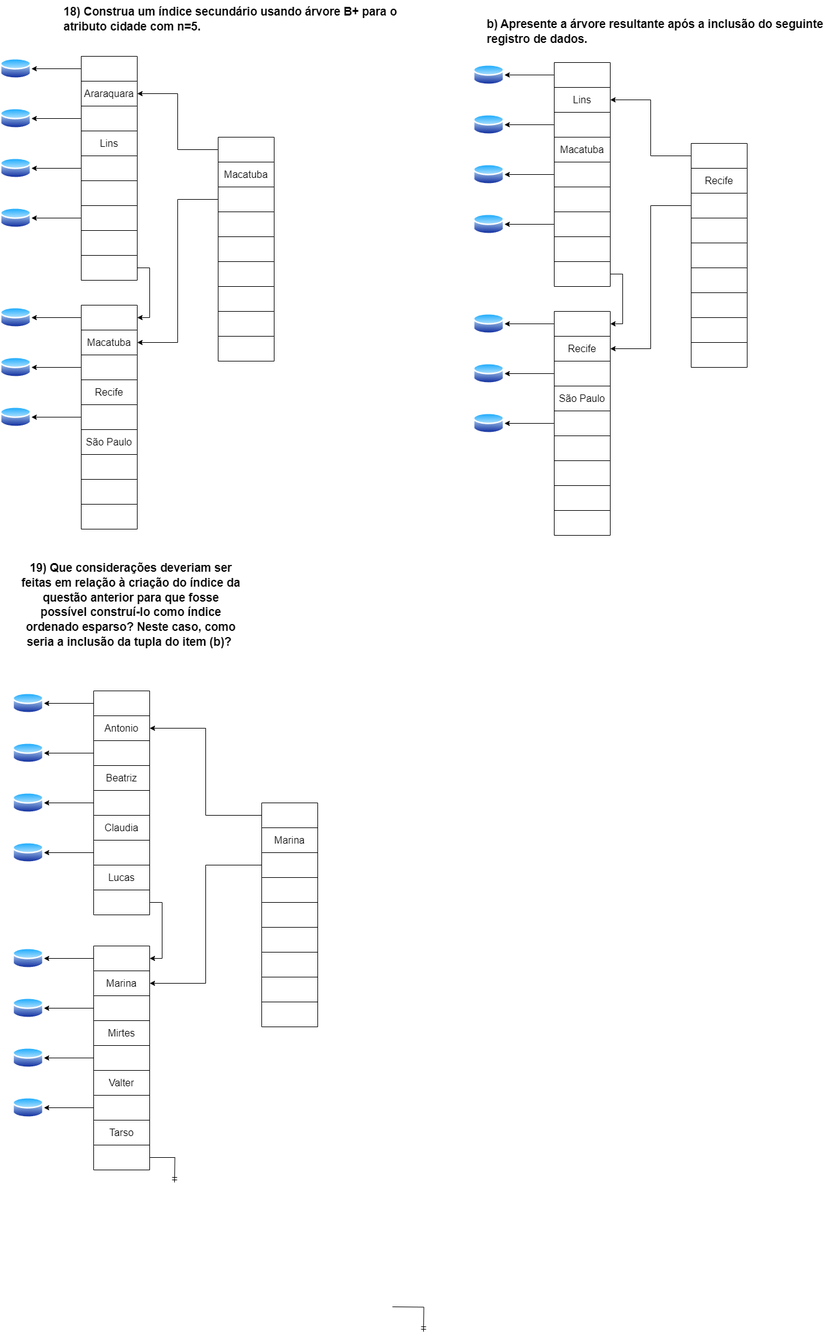
VitorFonseca123/exerc_indice_BD keeps this draw.io diagram as arvore b cidade n=5.drawio.png. Above is the earlier version. Source tidied: cells renumbered, new cells last; positions are measured from the earlier drawing's top-left corner, leaving out a move shared by most shapes.
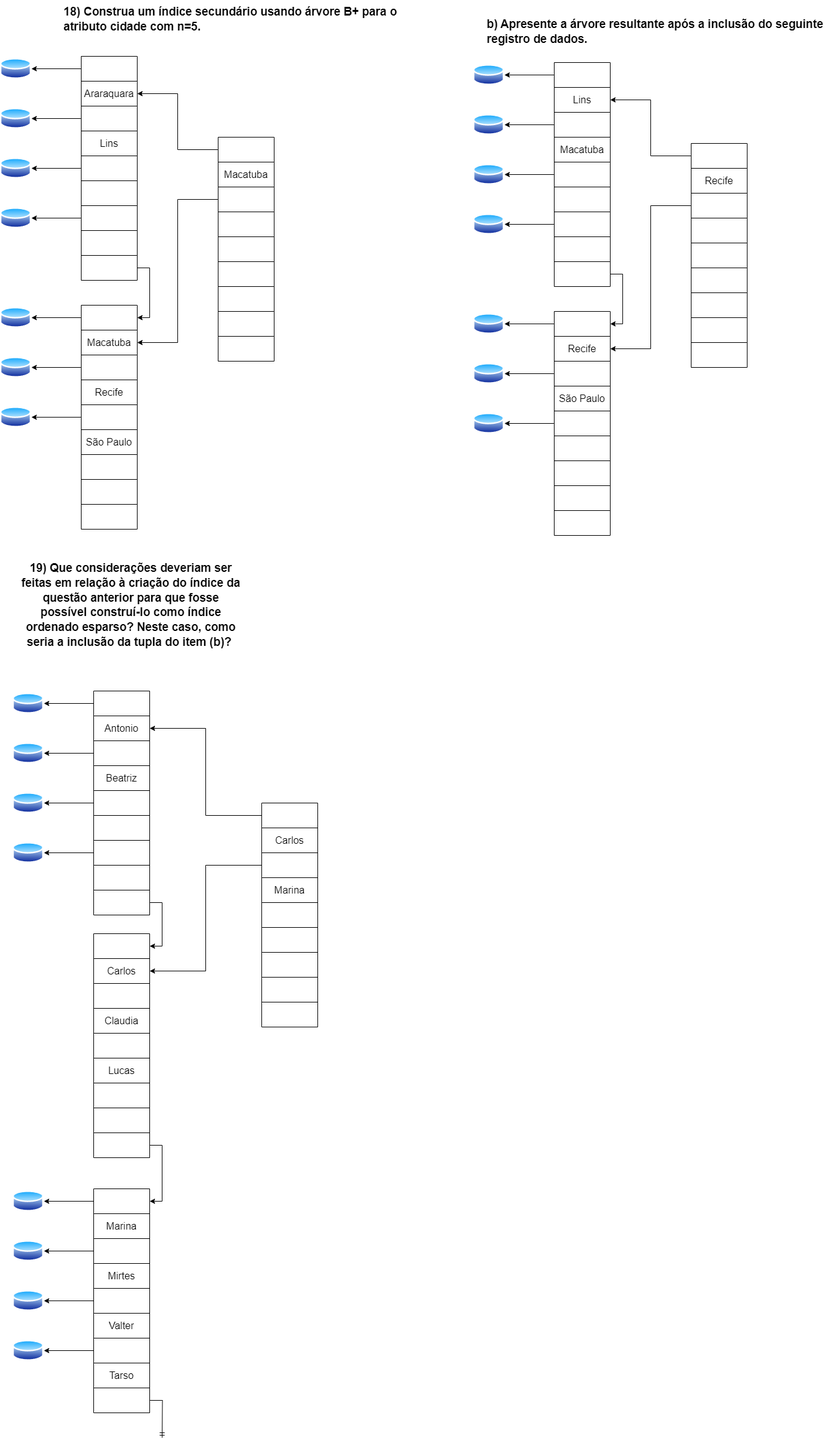
The same diagram one commit later.

Diff of the diagram source:
```diff
@@ -452,12 +452,6 @@
     <mxCell id="151" style="edgeStyle=orthogonalEdgeStyle;rounded=0;jettySize=auto;html=1;exitX=0;exitY=0.5;exitDx=0;exitDy=0;entryX=1;entryY=0.5;entryDx=0;entryDy=0;" parent="1" edge="1" source="106" target="150">
       <mxGeometry relative="1" as="geometry" />
     </mxCell>
-    <mxCell id="152" style="edgeStyle=orthogonalEdgeStyle;rounded=0;orthogonalLoop=1;jettySize=auto;html=1;exitX=1;exitY=0.5;exitDx=0;exitDy=0;endArrow=ERmandOne;endFill=0;" parent="1" edge="1">
-      <mxGeometry relative="1" as="geometry">
-        <mxPoint x="630" y="2100" as="sourcePoint" />
-        <mxPoint x="680" y="2140" as="targetPoint" />
-      </mxGeometry>
-    </mxCell>
     <mxCell id="153" value="&#10;&lt;span style=&quot;-webkit-user-drag: none; -webkit-tap-highlight-color: transparent; margin: 0px; padding: 0px; user-select: text; font-variant-ligatures: none !important; color: rgb(0, 0, 0); font-style: normal; font-variant-caps: normal; letter-spacing: normal; orphans: 2; text-align: justify; text-indent: 0px; text-transform: none; widows: 2; word-spacing: 0px; -webkit-text-stroke-width: 0px; white-space: pre-wrap; background-color: rgb(255, 255, 255); text-decoration-thickness: initial; text-decoration-style: initial; text-decoration-color: initial; font-size: 14pt; line-height: 23.7417px; font-family: Arial, Arial_EmbeddedFont, Arial_MSFontService, sans-serif; font-weight: bold;&quot; class=&quot;TextRun SCXW141978441 BCX0&quot; lang=&quot;PT-BR&quot;&gt;&lt;span style=&quot;-webkit-user-drag: none; -webkit-tap-highlight-color: transparent; margin: 0px; padding: 0px; user-select: text;&quot; class=&quot;NormalTextRun SCXW141978441 BCX0&quot;&gt;19) Que considerações deveriam ser feitas em relação à criação do índice da questão anterior para que fosse possível construí-lo como índice ordenado esparso? Neste caso, como seria a inclusão da tupla do item (b)?&lt;/span&gt;&lt;/span&gt;&lt;span style=&quot;-webkit-user-drag: none; -webkit-tap-highlight-color: transparent; margin: 0px; padding: 0px; user-select: text; color: rgb(0, 0, 0); font-style: normal; font-variant-ligatures: normal; font-variant-caps: normal; font-weight: 400; letter-spacing: normal; orphans: 2; text-align: justify; text-indent: 0px; text-transform: none; widows: 2; word-spacing: 0px; -webkit-text-stroke-width: 0px; white-space: pre-wrap; background-color: rgb(255, 255, 255); text-decoration-thickness: initial; text-decoration-style: initial; text-decoration-color: initial; font-size: 14pt; line-height: 23.7417px; font-family: Arial, Arial_EmbeddedFont, Arial_MSFontService, sans-serif;&quot; data-ccp-props=&quot;{&amp;quot;134233117&amp;quot;:false,&amp;quot;134233118&amp;quot;:false,&amp;quot;201341983&amp;quot;:0,&amp;quot;335551550&amp;quot;:6,&amp;quot;335551620&amp;quot;:6,&amp;quot;335559685&amp;quot;:0,&amp;quot;335559737&amp;quot;:0,&amp;quot;335559738&amp;quot;:0,&amp;quot;335559739&amp;quot;:160,&amp;quot;335559740&amp;quot;:259}&quot; class=&quot;EOP SCXW141978441 BCX0&quot;&gt;&amp;nbsp;&lt;/span&gt;&#10;&#10;" style="text;html=1;align=center;verticalAlign=middle;whiteSpace=wrap;rounded=0;" parent="1" vertex="1">
       <mxGeometry x="30" y="964" width="360" height="30" as="geometry" />
     </mxCell>
@@ -497,7 +491,7 @@
     <mxCell id="165" style="shape=tableRow;horizontal=0;startSize=0;swimlaneHead=0;swimlaneBody=0;strokeColor=inherit;top=0;left=0;bottom=0;right=0;fillColor=none;fontSize=16;" parent="154" vertex="1">
       <mxGeometry y="200" width="90" height="40" as="geometry" />
     </mxCell>
-    <mxCell id="166" value="Claudia" style="shape=partialRectangle;html=1;whiteSpace=wrap;strokeColor=inherit;overflow=hidden;fillColor=none;top=0;left=0;bottom=0;right=0;fontSize=16;" parent="165" vertex="1">
+    <mxCell id="166" style="shape=partialRectangle;html=1;whiteSpace=wrap;strokeColor=inherit;overflow=hidden;fillColor=none;top=0;left=0;bottom=0;right=0;fontSize=16;" parent="165" vertex="1">
       <mxGeometry width="90" height="40" as="geometry" />
     </mxCell>
     <mxCell id="167" style="shape=tableRow;horizontal=0;startSize=0;swimlaneHead=0;swimlaneBody=0;strokeColor=inherit;top=0;left=0;bottom=0;right=0;fillColor=none;points=[[0,0.5],[1,0.5]];portConstraint=eastwest;fontSize=16;" parent="154" vertex="1">
@@ -509,7 +503,7 @@
     <mxCell id="169" style="shape=tableRow;horizontal=0;startSize=0;swimlaneHead=0;swimlaneBody=0;strokeColor=inherit;top=0;left=0;bottom=0;right=0;fillColor=none;fontSize=16;" parent="154" vertex="1">
       <mxGeometry y="280" width="90" height="40" as="geometry" />
     </mxCell>
-    <mxCell id="170" value="Lucas" style="shape=partialRectangle;html=1;whiteSpace=wrap;strokeColor=inherit;overflow=hidden;fillColor=none;top=0;left=0;bottom=0;right=0;fontSize=16;" parent="169" vertex="1">
+    <mxCell id="170" style="shape=partialRectangle;html=1;whiteSpace=wrap;strokeColor=inherit;overflow=hidden;fillColor=none;top=0;left=0;bottom=0;right=0;fontSize=16;" parent="169" vertex="1">
       <mxGeometry width="90" height="40" as="geometry" />
     </mxCell>
     <mxCell id="171" style="shape=tableRow;horizontal=0;startSize=0;swimlaneHead=0;swimlaneBody=0;strokeColor=inherit;top=0;left=0;bottom=0;right=0;fillColor=none;points=[[0,0.5],[1,0.5]];portConstraint=eastwest;fontSize=16;" parent="154" vertex="1">
@@ -543,7 +537,7 @@
       <mxGeometry relative="1" as="geometry" />
     </mxCell>
     <mxCell id="181" style="shape=table;startSize=0;fontSize=16;" parent="1" vertex="1">
-      <mxGeometry x="150" y="1520" width="90" height="360" as="geometry" />
+      <mxGeometry x="150" y="1910" width="90" height="360" as="geometry" />
     </mxCell>
     <mxCell id="182" style="shape=tableRow;horizontal=0;startSize=0;swimlaneHead=0;swimlaneBody=0;strokeColor=inherit;top=0;left=0;bottom=0;right=0;fillColor=none;points=[[0,0.5],[1,0.5]];portConstraint=eastwest;fontSize=16;" parent="181" vertex="1">
       <mxGeometry width="90" height="40" as="geometry" />
@@ -600,35 +594,32 @@
       <mxGeometry width="90" height="40" as="geometry" />
     </mxCell>
     <mxCell id="200" style="image;perimeter=ellipsePerimeter;html=1;align=center;shadow=0;dashed=0;spacingTop=3;image=img/lib/active_directory/database.svg;" parent="1" vertex="1">
-      <mxGeometry x="20" y="1521.5" width="50" height="37" as="geometry" />
+      <mxGeometry x="20" y="1911.5" width="50" height="37" as="geometry" />
     </mxCell>
     <mxCell id="201" style="edgeStyle=orthogonalEdgeStyle;rounded=0;jettySize=auto;html=1;exitX=0;exitY=0.5;exitDx=0;exitDy=0;entryX=1;entryY=0.5;entryDx=0;entryDy=0;" parent="1" edge="1" source="182" target="200">
       <mxGeometry relative="1" as="geometry" />
     </mxCell>
     <mxCell id="202" style="image;perimeter=ellipsePerimeter;html=1;align=center;shadow=0;dashed=0;spacingTop=3;image=img/lib/active_directory/database.svg;" parent="1" vertex="1">
-      <mxGeometry x="20" y="1601.5" width="50" height="37" as="geometry" />
+      <mxGeometry x="20" y="1991.5" width="50" height="37" as="geometry" />
     </mxCell>
     <mxCell id="203" style="edgeStyle=orthogonalEdgeStyle;rounded=0;jettySize=auto;html=1;exitX=0;exitY=0.5;exitDx=0;exitDy=0;entryX=1;entryY=0.5;entryDx=0;entryDy=0;" parent="1" edge="1" source="186" target="202">
       <mxGeometry relative="1" as="geometry" />
     </mxCell>
     <mxCell id="204" style="image;perimeter=ellipsePerimeter;html=1;align=center;shadow=0;dashed=0;spacingTop=3;image=img/lib/active_directory/database.svg;" parent="1" vertex="1">
-      <mxGeometry x="20" y="1681.5" width="50" height="37" as="geometry" />
+      <mxGeometry x="20" y="2071.5" width="50" height="37" as="geometry" />
     </mxCell>
     <mxCell id="205" style="edgeStyle=orthogonalEdgeStyle;rounded=0;jettySize=auto;html=1;exitX=0;exitY=0.5;exitDx=0;exitDy=0;entryX=1;entryY=0.5;entryDx=0;entryDy=0;" parent="1" edge="1" source="190" target="204">
       <mxGeometry relative="1" as="geometry" />
     </mxCell>
     <mxCell id="206" style="image;perimeter=ellipsePerimeter;html=1;align=center;shadow=0;dashed=0;spacingTop=3;image=img/lib/active_directory/database.svg;" parent="1" vertex="1">
-      <mxGeometry x="20" y="1761.5" width="50" height="37" as="geometry" />
+      <mxGeometry x="20" y="2151.5" width="50" height="37" as="geometry" />
     </mxCell>
     <mxCell id="207" style="edgeStyle=orthogonalEdgeStyle;rounded=0;jettySize=auto;html=1;exitX=0;exitY=0.5;exitDx=0;exitDy=0;entryX=1;entryY=0.5;entryDx=0;entryDy=0;" parent="1" edge="1" source="194" target="206">
       <mxGeometry relative="1" as="geometry" />
     </mxCell>
-    <mxCell id="208" style="edgeStyle=orthogonalEdgeStyle;rounded=0;jettySize=auto;html=1;exitX=1;exitY=0.5;exitDx=0;exitDy=0;entryX=1;entryY=0.5;entryDx=0;entryDy=0;" parent="1" edge="1" source="171" target="182">
-      <mxGeometry relative="1" as="geometry" />
-    </mxCell>
     <mxCell id="209" style="edgeStyle=orthogonalEdgeStyle;rounded=0;jettySize=auto;html=1;exitX=1;exitY=0.5;exitDx=0;exitDy=0;endArrow=ERmandOne;endFill=0;" parent="1" edge="1" source="198">
       <mxGeometry relative="1" as="geometry">
-        <mxPoint x="280" y="1900" as="targetPoint" />
+        <mxPoint x="260" y="2310" as="targetPoint" />
       </mxGeometry>
     </mxCell>
     <mxCell id="210" style="shape=table;startSize=0;fontSize=16;" parent="1" vertex="1">
@@ -643,7 +634,7 @@
     <mxCell id="213" style="shape=tableRow;horizontal=0;startSize=0;swimlaneHead=0;swimlaneBody=0;strokeColor=inherit;top=0;left=0;bottom=0;right=0;fillColor=none;fontSize=16;" parent="210" vertex="1">
       <mxGeometry y="40" width="90" height="40" as="geometry" />
     </mxCell>
-    <mxCell id="214" value="Marina" style="shape=partialRectangle;html=1;whiteSpace=wrap;strokeColor=inherit;overflow=hidden;fillColor=none;top=0;left=0;bottom=0;right=0;fontSize=16;" parent="213" vertex="1">
+    <mxCell id="214" value="Carlos" style="shape=partialRectangle;html=1;whiteSpace=wrap;strokeColor=inherit;overflow=hidden;fillColor=none;top=0;left=0;bottom=0;right=0;fontSize=16;" parent="213" vertex="1">
       <mxGeometry width="90" height="40" as="geometry" />
     </mxCell>
     <mxCell id="215" style="shape=tableRow;horizontal=0;startSize=0;swimlaneHead=0;swimlaneBody=0;strokeColor=inherit;top=0;left=0;bottom=0;right=0;fillColor=none;points=[[0,0.5],[1,0.5]];portConstraint=eastwest;fontSize=16;" parent="210" vertex="1">
@@ -655,7 +646,7 @@
     <mxCell id="217" style="shape=tableRow;horizontal=0;startSize=0;swimlaneHead=0;swimlaneBody=0;strokeColor=inherit;top=0;left=0;bottom=0;right=0;fillColor=none;fontSize=16;" parent="210" vertex="1">
       <mxGeometry y="120" width="90" height="40" as="geometry" />
     </mxCell>
-    <mxCell id="218" style="shape=partialRectangle;html=1;whiteSpace=wrap;strokeColor=inherit;overflow=hidden;fillColor=none;top=0;left=0;bottom=0;right=0;fontSize=16;" parent="217" vertex="1">
+    <mxCell id="218" value="Marina" style="shape=partialRectangle;html=1;whiteSpace=wrap;strokeColor=inherit;overflow=hidden;fillColor=none;top=0;left=0;bottom=0;right=0;fontSize=16;" parent="217" vertex="1">
       <mxGeometry width="90" height="40" as="geometry" />
     </mxCell>
     <mxCell id="219" style="shape=tableRow;horizontal=0;startSize=0;swimlaneHead=0;swimlaneBody=0;strokeColor=inherit;top=0;left=0;bottom=0;right=0;fillColor=none;fontSize=16;" parent="210" vertex="1">
@@ -691,8 +682,71 @@
     <mxCell id="229" style="edgeStyle=orthogonalEdgeStyle;rounded=0;jettySize=auto;html=1;exitX=0;exitY=0.5;exitDx=0;exitDy=0;entryX=1;entryY=0.5;entryDx=0;entryDy=0;" parent="1" edge="1" source="211" target="157">
       <mxGeometry relative="1" as="geometry" />
     </mxCell>
-    <mxCell id="230" style="edgeStyle=orthogonalEdgeStyle;rounded=0;jettySize=auto;html=1;exitX=0;exitY=0.5;exitDx=0;exitDy=0;entryX=1;entryY=0.5;entryDx=0;entryDy=0;" parent="1" edge="1" source="215" target="184">
-      <mxGeometry relative="1" as="geometry" />
-    </mxCell>
+    <mxCell id="231" style="shape=table;startSize=0;fontSize=16;" parent="1" vertex="1">
+      <mxGeometry x="150" y="1500" width="90" height="360" as="geometry" />
+    </mxCell>
+    <mxCell id="232" style="shape=tableRow;horizontal=0;startSize=0;swimlaneHead=0;swimlaneBody=0;strokeColor=inherit;top=0;left=0;bottom=0;right=0;fillColor=none;points=[[0,0.5],[1,0.5]];portConstraint=eastwest;fontSize=16;" parent="231" vertex="1">
+      <mxGeometry width="90" height="40" as="geometry" />
+    </mxCell>
+    <mxCell id="233" style="shape=partialRectangle;html=1;whiteSpace=wrap;strokeColor=inherit;overflow=hidden;fillColor=none;top=0;left=0;bottom=0;right=0;fontSize=16;" parent="232" vertex="1">
+      <mxGeometry width="90" height="40" as="geometry" />
+    </mxCell>
+    <mxCell id="234" style="shape=tableRow;horizontal=0;startSize=0;swimlaneHead=0;swimlaneBody=0;strokeColor=inherit;top=0;left=0;bottom=0;right=0;fillColor=none;points=[[0,0.5],[1,0.5]];portConstraint=eastwest;fontSize=16;" parent="231" vertex="1">
+      <mxGeometry y="40" width="90" height="40" as="geometry" />
+    </mxCell>
+    <mxCell id="235" value="Carlos" style="shape=partialRectangle;html=1;whiteSpace=wrap;strokeColor=inherit;overflow=hidden;fillColor=none;top=0;left=0;bottom=0;right=0;fontSize=16;" parent="234" vertex="1">
+      <mxGeometry width="90" height="40" as="geometry" />
+    </mxCell>
+    <mxCell id="236" style="shape=tableRow;horizontal=0;startSize=0;swimlaneHead=0;swimlaneBody=0;strokeColor=inherit;top=0;left=0;bottom=0;right=0;fillColor=none;fontSize=16;" parent="231" vertex="1">
+      <mxGeometry y="80" width="90" height="40" as="geometry" />
+    </mxCell>
+    <mxCell id="237" style="shape=partialRectangle;html=1;whiteSpace=wrap;strokeColor=inherit;overflow=hidden;fillColor=none;top=0;left=0;bottom=0;right=0;fontSize=16;" parent="236" vertex="1">
+      <mxGeometry width="90" height="40" as="geometry" />
+    </mxCell>
+    <mxCell id="238" style="shape=tableRow;horizontal=0;startSize=0;swimlaneHead=0;swimlaneBody=0;strokeColor=inherit;top=0;left=0;bottom=0;right=0;fillColor=none;fontSize=16;" parent="231" vertex="1">
+      <mxGeometry y="120" width="90" height="40" as="geometry" />
+    </mxCell>
+    <mxCell id="239" value="Claudia" style="shape=partialRectangle;html=1;whiteSpace=wrap;strokeColor=inherit;overflow=hidden;fillColor=none;top=0;left=0;bottom=0;right=0;fontSize=16;" parent="238" vertex="1">
+      <mxGeometry width="90" height="40" as="geometry" />
+    </mxCell>
+    <mxCell id="240" style="shape=tableRow;horizontal=0;startSize=0;swimlaneHead=0;swimlaneBody=0;strokeColor=inherit;top=0;left=0;bottom=0;right=0;fillColor=none;fontSize=16;" parent="231" vertex="1">
+      <mxGeometry y="160" width="90" height="40" as="geometry" />
+    </mxCell>
+    <mxCell id="241" style="shape=partialRectangle;html=1;whiteSpace=wrap;strokeColor=inherit;overflow=hidden;fillColor=none;top=0;left=0;bottom=0;right=0;fontSize=16;" parent="240" vertex="1">
+      <mxGeometry width="90" height="40" as="geometry" />
+    </mxCell>
+    <mxCell id="242" style="shape=tableRow;horizontal=0;startSize=0;swimlaneHead=0;swimlaneBody=0;strokeColor=inherit;top=0;left=0;bottom=0;right=0;fillColor=none;fontSize=16;" parent="231" vertex="1">
+      <mxGeometry y="200" width="90" height="40" as="geometry" />
+    </mxCell>
+    <mxCell id="243" value="Lucas" style="shape=partialRectangle;html=1;whiteSpace=wrap;strokeColor=inherit;overflow=hidden;fillColor=none;top=0;left=0;bottom=0;right=0;fontSize=16;" parent="242" vertex="1">
+      <mxGeometry width="90" height="40" as="geometry" />
+    </mxCell>
+    <mxCell id="244" style="shape=tableRow;horizontal=0;startSize=0;swimlaneHead=0;swimlaneBody=0;strokeColor=inherit;top=0;left=0;bottom=0;right=0;fillColor=none;fontSize=16;" parent="231" vertex="1">
+      <mxGeometry y="240" width="90" height="40" as="geometry" />
+    </mxCell>
+    <mxCell id="245" style="shape=partialRectangle;html=1;whiteSpace=wrap;strokeColor=inherit;overflow=hidden;fillColor=none;top=0;left=0;bottom=0;right=0;fontSize=16;" parent="244" vertex="1">
+      <mxGeometry width="90" height="40" as="geometry" />
+    </mxCell>
+    <mxCell id="246" style="shape=tableRow;horizontal=0;startSize=0;swimlaneHead=0;swimlaneBody=0;strokeColor=inherit;top=0;left=0;bottom=0;right=0;fillColor=none;fontSize=16;" parent="231" vertex="1">
+      <mxGeometry y="280" width="90" height="40" as="geometry" />
+    </mxCell>
+    <mxCell id="247" style="shape=partialRectangle;html=1;whiteSpace=wrap;strokeColor=inherit;overflow=hidden;fillColor=none;top=0;left=0;bottom=0;right=0;fontSize=16;" parent="246" vertex="1">
+      <mxGeometry width="90" height="40" as="geometry" />
+    </mxCell>
+    <mxCell id="248" style="shape=tableRow;horizontal=0;startSize=0;swimlaneHead=0;swimlaneBody=0;strokeColor=inherit;top=0;left=0;bottom=0;right=0;fillColor=none;points=[[0,0.5],[1,0.5]];portConstraint=eastwest;fontSize=16;" parent="231" vertex="1">
+      <mxGeometry y="320" width="90" height="40" as="geometry" />
+    </mxCell>
+    <mxCell id="249" style="shape=partialRectangle;html=1;whiteSpace=wrap;strokeColor=inherit;overflow=hidden;fillColor=none;top=0;left=0;bottom=0;right=0;fontSize=16;" parent="248" vertex="1">
+      <mxGeometry width="90" height="40" as="geometry" />
+    </mxCell>
+    <mxCell id="250" style="edgeStyle=orthogonalEdgeStyle;rounded=0;jettySize=auto;html=1;exitX=1;exitY=0.5;exitDx=0;exitDy=0;entryX=1;entryY=0.5;entryDx=0;entryDy=0;" parent="1" edge="1" source="248" target="182">
+      <mxGeometry relative="1" as="geometry" />
+    </mxCell>
+    <mxCell id="251" style="edgeStyle=orthogonalEdgeStyle;rounded=0;jettySize=auto;html=1;exitX=1;exitY=0.5;exitDx=0;exitDy=0;" parent="1" edge="1" source="171" target="232">
+      <mxGeometry relative="1" as="geometry" />
+    </mxCell>
+    <mxCell id="252" style="edgeStyle=orthogonalEdgeStyle;rounded=0;jettySize=auto;html=1;exitX=0;exitY=0.5;exitDx=0;exitDy=0;entryX=1;entryY=0.5;entryDx=0;entryDy=0;" parent="1" edge="1" source="215" target="234">
+      <mxGeometry relative="1" as="geometry" />
+    </mxCell>
   </root>
 </mxGraphModel>
```
